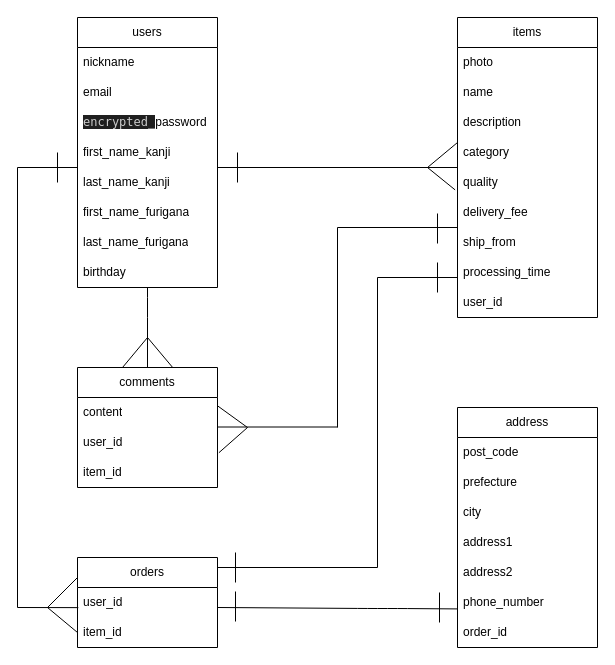
This is ER.dio from takafumiTech/furima-39380, a draw.io file, before an edit. Source tidied: cells renumbered, new cells numbered last; positions are measured from the earlier drawing's top-left corner, leaving out a move shared by most shapes. Both pictures are drawn from the tidied source at 100%, with x=0, y=0 at pixel (17, 17).
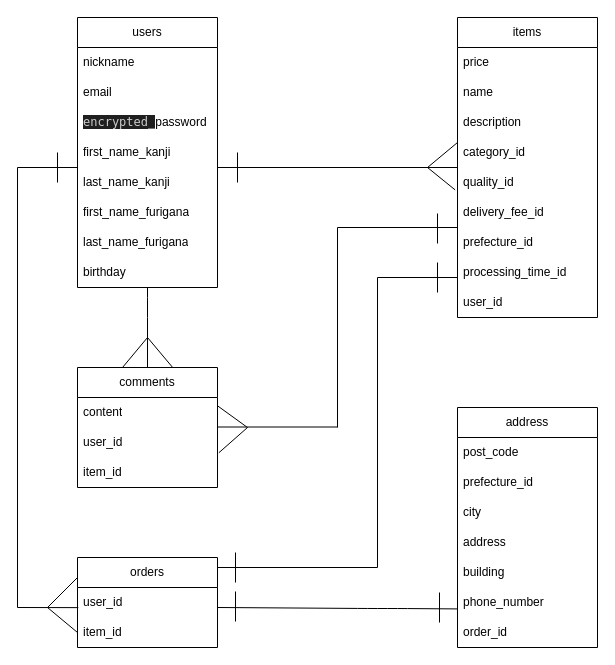
After the change.

Commit message (it also covers changes not shown here):
ER図、READMEの修正

Unchanged cells that the change refers to:
```xml
<mxCell id="11" value="items" style="swimlane;fontStyle=0;horizontal=1;startSize=30;whiteSpace=wrap;html=1;" parent="1" vertex="1">
  <mxGeometry x="440" width="140" height="300" as="geometry" />
</mxCell>
<mxCell id="28" value="address" style="swimlane;fontStyle=0;horizontal=1;startSize=30;whiteSpace=wrap;html=1;" parent="1" vertex="1">
  <mxGeometry x="440" y="390" width="140" height="240" as="geometry" />
</mxCell>
```

The edit, as a diff of the source:
```diff
@@
-    <mxCell id="12" value="photo" style="text;strokeColor=none;fillColor=none;align=left;verticalAlign=middle;spacingLeft=4;spacingRight=4;overflow=hidden;whiteSpace=wrap;html=1;" parent="11" vertex="1">
+    <mxCell id="12" value="price" style="text;strokeColor=none;fillColor=none;align=left;verticalAlign=middle;spacingLeft=4;spacingRight=4;overflow=hidden;whiteSpace=wrap;html=1;" parent="11" vertex="1">
       <mxGeometry y="30" width="140" height="30" as="geometry" />
     </mxCell>
@@
-    <mxCell id="15" value="category" style="text;strokeColor=none;fillColor=none;align=left;verticalAlign=middle;spacingLeft=4;spacingRight=4;overflow=hidden;whiteSpace=wrap;html=1;" parent="11" vertex="1">
+    <mxCell id="15" value="category_id" style="text;strokeColor=none;fillColor=none;align=left;verticalAlign=middle;spacingLeft=4;spacingRight=4;overflow=hidden;whiteSpace=wrap;html=1;" parent="11" vertex="1">
       <mxGeometry y="120" width="140" height="30" as="geometry" />
     </mxCell>
-    <mxCell id="16" value="quality" style="text;strokeColor=none;fillColor=none;align=left;verticalAlign=middle;spacingLeft=4;spacingRight=4;overflow=hidden;points=[[0,0.5],[1,0.5]];portConstraint=eastwest;whiteSpace=wrap;html=1;" parent="11" vertex="1">
+    <mxCell id="16" value="quality_id" style="text;strokeColor=none;fillColor=none;align=left;verticalAlign=middle;spacingLeft=4;spacingRight=4;overflow=hidden;points=[[0,0.5],[1,0.5]];portConstraint=eastwest;whiteSpace=wrap;html=1;" parent="11" vertex="1">
       <mxGeometry y="150" width="140" height="30" as="geometry" />
     </mxCell>
-    <mxCell id="17" value="delivery_fee" style="text;strokeColor=none;fillColor=none;align=left;verticalAlign=middle;spacingLeft=4;spacingRight=4;overflow=hidden;whiteSpace=wrap;html=1;" parent="11" vertex="1">
+    <mxCell id="17" value="delivery_fee_id" style="text;strokeColor=none;fillColor=none;align=left;verticalAlign=middle;spacingLeft=4;spacingRight=4;overflow=hidden;whiteSpace=wrap;html=1;" parent="11" vertex="1">
       <mxGeometry y="180" width="140" height="30" as="geometry" />
     </mxCell>
-    <mxCell id="18" value="ship_from" style="text;strokeColor=none;fillColor=none;align=left;verticalAlign=middle;spacingLeft=4;spacingRight=4;overflow=hidden;whiteSpace=wrap;html=1;" parent="11" vertex="1">
+    <mxCell id="18" value="prefecture_id" style="text;strokeColor=none;fillColor=none;align=left;verticalAlign=middle;spacingLeft=4;spacingRight=4;overflow=hidden;whiteSpace=wrap;html=1;" parent="11" vertex="1">
       <mxGeometry y="210" width="140" height="30" as="geometry" />
     </mxCell>
-    <mxCell id="19" value="processing_time" style="text;strokeColor=none;fillColor=none;align=left;verticalAlign=middle;spacingLeft=4;spacingRight=4;overflow=hidden;whiteSpace=wrap;html=1;" parent="11" vertex="1">
+    <mxCell id="19" value="processing_time_id" style="text;strokeColor=none;fillColor=none;align=left;verticalAlign=middle;spacingLeft=4;spacingRight=4;overflow=hidden;whiteSpace=wrap;html=1;" parent="11" vertex="1">
       <mxGeometry y="240" width="140" height="30" as="geometry" />
     </mxCell>
@@
-    <mxCell id="30" value="prefecture" style="text;strokeColor=none;fillColor=none;align=left;verticalAlign=middle;spacingLeft=4;spacingRight=4;overflow=hidden;whiteSpace=wrap;html=1;" parent="28" vertex="1">
+    <mxCell id="30" value="prefecture_id" style="text;strokeColor=none;fillColor=none;align=left;verticalAlign=middle;spacingLeft=4;spacingRight=4;overflow=hidden;whiteSpace=wrap;html=1;" parent="28" vertex="1">
       <mxGeometry y="60" width="140" height="30" as="geometry" />
     </mxCell>
@@
+    <mxCell id="33" value="address" style="text;strokeColor=none;fillColor=none;align=left;verticalAlign=middle;spacingLeft=4;spacingRight=4;overflow=hidden;whiteSpace=wrap;html=1;" parent="28" vertex="1">
+      <mxGeometry y="120" width="140" height="30" as="geometry" />
+    </mxCell>
-    <mxCell id="32" value="address1" style="text;strokeColor=none;fillColor=none;align=left;verticalAlign=middle;spacingLeft=4;spacingRight=4;overflow=hidden;whiteSpace=wrap;html=1;" parent="28" vertex="1">
-      <mxGeometry y="120" width="140" height="30" as="geometry" />
+    <mxCell id="32" value="building" style="text;strokeColor=none;fillColor=none;align=left;verticalAlign=middle;spacingLeft=4;spacingRight=4;overflow=hidden;whiteSpace=wrap;html=1;" parent="28" vertex="1">
+      <mxGeometry y="150" width="140" height="30" as="geometry" />
     </mxCell>
-    <mxCell id="33" value="address2" style="text;strokeColor=none;fillColor=none;align=left;verticalAlign=middle;spacingLeft=4;spacingRight=4;overflow=hidden;whiteSpace=wrap;html=1;" parent="28" vertex="1">
-      <mxGeometry y="150" width="140" height="30" as="geometry" />
-    </mxCell>
```
